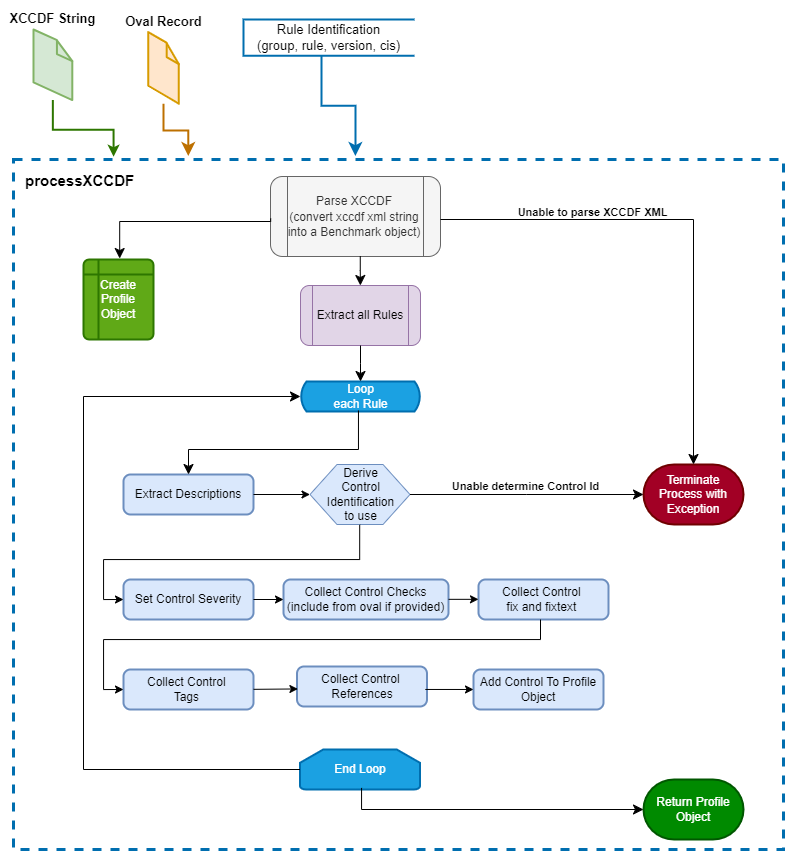
Before: images/ts-inspec-objects-xccdf-workflow-process.png, a diagram exported from draw.io (mitre/ts-inspec-objects). Source tidied: cells renumbered, new cells last; positions are measured from the earlier drawing's top-left corner, leaving out a move shared by most shapes.
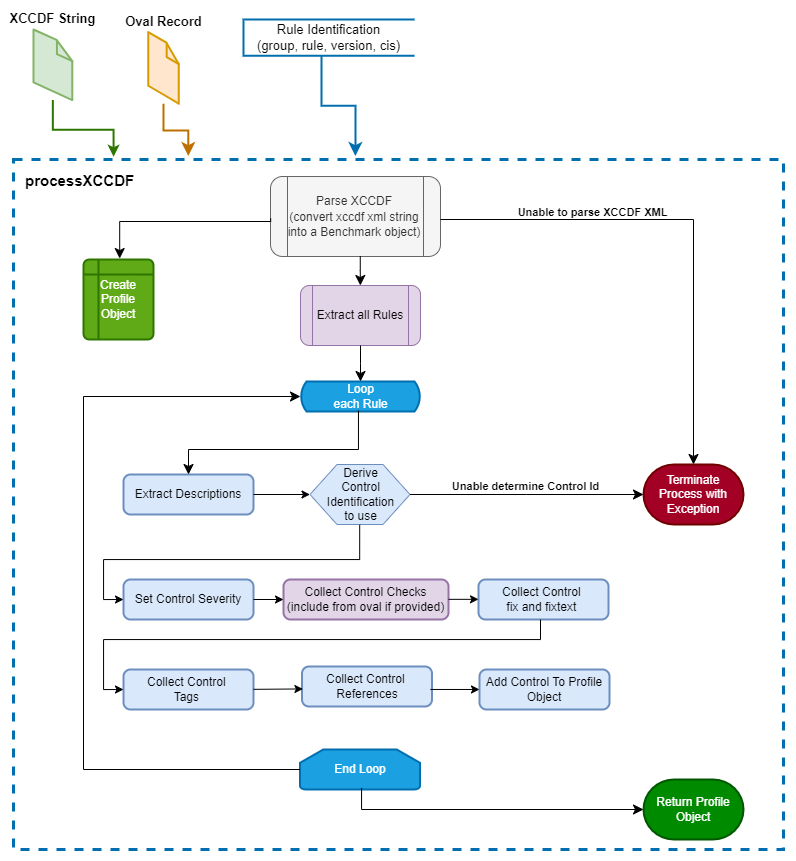
After the commit.

What changed in the source:
```diff
@@ -71,7 +71,7 @@
         <mxPoint x="-38" y="-1" as="offset" />
       </mxGeometry>
     </mxCell>
-    <mxCell id="23" value="&lt;span style=&quot;text-align: left;&quot;&gt;Collect Control Checks (include from oval if provided)&lt;/span&gt;" style="rounded=1;whiteSpace=wrap;html=1;absoluteArcSize=1;arcSize=14;strokeWidth=2;fillColor=#dae8fc;strokeColor=#6c8ebf;" parent="1" vertex="1">
+    <mxCell id="23" value="&lt;span style=&quot;text-align: left;&quot;&gt;Collect Control Checks (include from oval if provided)&lt;/span&gt;" style="rounded=1;whiteSpace=wrap;html=1;absoluteArcSize=1;arcSize=14;strokeWidth=2;fillColor=#e1d5e7;strokeColor=#9673a6;" parent="1" vertex="1">
       <mxGeometry x="270" y="560" width="165" height="40" as="geometry" />
     </mxCell>
     <mxCell id="24" value="&lt;span style=&quot;text-align: left;&quot;&gt;Collect Control&amp;nbsp;&lt;/span&gt;&lt;div&gt;&lt;span style=&quot;text-align: left;&quot;&gt;fix and fixtext&amp;nbsp;&lt;/span&gt;&lt;/div&gt;" style="rounded=1;whiteSpace=wrap;html=1;absoluteArcSize=1;arcSize=14;strokeWidth=2;fillColor=#dae8fc;strokeColor=#6c8ebf;" parent="1" vertex="1">
@@ -81,7 +81,7 @@
       <mxGeometry x="110" y="650" width="130" height="40" as="geometry" />
     </mxCell>
     <mxCell id="26" value="&lt;span style=&quot;text-align: left;&quot;&gt;Collect Control&amp;nbsp;&lt;/span&gt;&lt;div&gt;&lt;span style=&quot;text-align: left;&quot;&gt;References&lt;/span&gt;&lt;/div&gt;" style="rounded=1;whiteSpace=wrap;html=1;absoluteArcSize=1;arcSize=14;strokeWidth=2;fillColor=#dae8fc;strokeColor=#6c8ebf;" parent="1" vertex="1">
-      <mxGeometry x="283.5" y="647" width="130" height="40" as="geometry" />
+      <mxGeometry x="288.5" y="647" width="130" height="40" as="geometry" />
     </mxCell>
     <mxCell id="27" style="edgeStyle=elbowEdgeStyle;elbow=vertical;endArrow=classic;html=1;curved=0;rounded=0;endSize=8;startSize=8;labelPosition=center;verticalLabelPosition=top;align=center;verticalAlign=top;fontSize=12;" parent="1" edge="1" source="3" target="17">
       <mxGeometry relative="1" as="geometry">
@@ -117,7 +117,7 @@
       <mxGeometry x="630" y="760" width="100" height="60" as="geometry" />
     </mxCell>
     <mxCell id="33" value="&lt;div style=&quot;&quot;&gt;&lt;span style=&quot;background-color: transparent; color: light-dark(rgb(0, 0, 0), rgb(255, 255, 255));&quot;&gt;Add Control To Profile Object&lt;/span&gt;&lt;/div&gt;" style="rounded=1;whiteSpace=wrap;html=1;absoluteArcSize=1;arcSize=14;strokeWidth=2;fillColor=#dae8fc;strokeColor=#6c8ebf;align=center;" parent="1" vertex="1">
-      <mxGeometry x="460" y="650" width="130" height="40" as="geometry" />
+      <mxGeometry x="466" y="650" width="130" height="40" as="geometry" />
     </mxCell>
     <mxCell id="34" value="Create Profile Object" style="shape=internalStorage;whiteSpace=wrap;html=1;dx=15;dy=15;rounded=1;arcSize=8;strokeWidth=2;fillColor=#60a917;fontColor=#ffffff;strokeColor=#2D7600;" parent="1" vertex="1">
       <mxGeometry x="70" y="240" width="70" height="80" as="geometry" />
```
